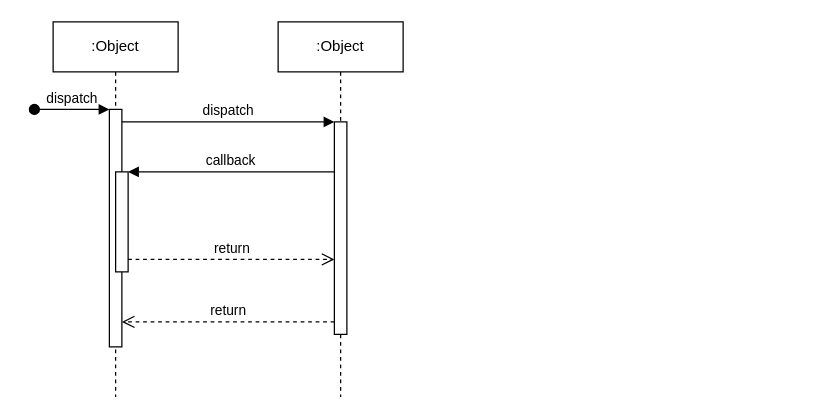
Before: Personal mission/KTB_OpenAI_Chatbot.drawio in Daehyun-Bigbread/Kakao_Tech_GenAI, a draw.io diagram. Source tidied: cells renumbered, new cells numbered last; positions are measured from the earlier drawing's top-left corner, leaving out a move shared by most shapes. Both pictures are drawn from the tidied source at 125%, with x=0, y=0 at pixel (34, 21).
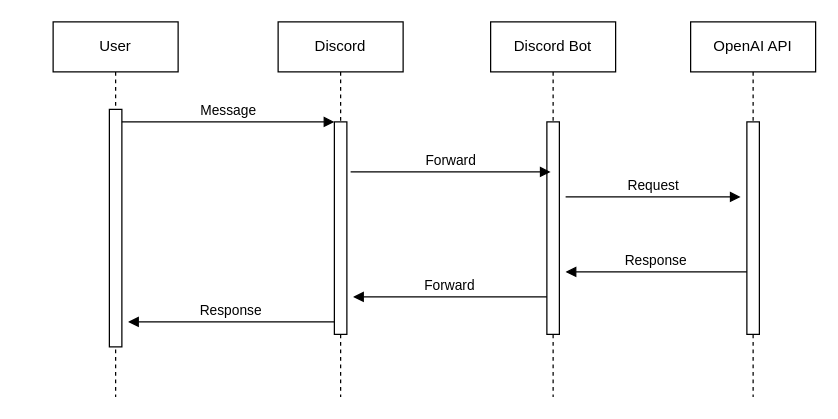
After the change.

Unchanged cells that the change refers to:
```xml
<mxCell id="3" style="html=1;points=[];perimeter=orthogonalPerimeter;outlineConnect=0;targetShapes=umlLifeline;portConstraint=eastwest;newEdgeStyle={&quot;edgeStyle&quot;:&quot;elbowEdgeStyle&quot;,&quot;elbow&quot;:&quot;vertical&quot;,&quot;curved&quot;:0,&quot;rounded&quot;:0};" parent="2" vertex="1">
  <mxGeometry x="45" y="70" width="10" height="190" as="geometry" />
</mxCell>
<mxCell id="7" style="html=1;points=[];perimeter=orthogonalPerimeter;outlineConnect=0;targetShapes=umlLifeline;portConstraint=eastwest;newEdgeStyle={&quot;edgeStyle&quot;:&quot;elbowEdgeStyle&quot;,&quot;elbow&quot;:&quot;vertical&quot;,&quot;curved&quot;:0,&quot;rounded&quot;:0};" parent="6" vertex="1">
  <mxGeometry x="45" y="80" width="10" height="170" as="geometry" />
</mxCell>
```

The edit, as a diff of the source:
```diff
@@
-    <mxCell id="2" value=":Object" style="shape=umlLifeline;perimeter=lifelinePerimeter;whiteSpace=wrap;html=1;newEdgeStyle={&quot;edgeStyle&quot;:&quot;elbowEdgeStyle&quot;,&quot;elbow&quot;:&quot;vertical&quot;,&quot;curved&quot;:0,&quot;rounded&quot;:0};" parent="1" vertex="1">
+    <mxCell id="2" value="User" style="shape=umlLifeline;perimeter=lifelinePerimeter;whiteSpace=wrap;html=1;newEdgeStyle={&quot;edgeStyle&quot;:&quot;elbowEdgeStyle&quot;,&quot;elbow&quot;:&quot;vertical&quot;,&quot;curved&quot;:0,&quot;rounded&quot;:0};" parent="1" vertex="1">
       <mxGeometry x="15" width="100" height="300" as="geometry" />
     </mxCell>
@@
-    <mxCell id="4" value="dispatch" style="html=1;verticalAlign=bottom;startArrow=oval;endArrow=block;startSize=8;edgeStyle=elbowEdgeStyle;elbow=vertical;curved=0;rounded=0;" parent="2" edge="1" target="3">
-      <mxGeometry relative="1" as="geometry">
-        <mxPoint x="-15" y="70" as="sourcePoint" />
-      </mxGeometry>
-    </mxCell>
-    <mxCell id="5" style="html=1;points=[];perimeter=orthogonalPerimeter;outlineConnect=0;targetShapes=umlLifeline;portConstraint=eastwest;newEdgeStyle={&quot;edgeStyle&quot;:&quot;elbowEdgeStyle&quot;,&quot;elbow&quot;:&quot;vertical&quot;,&quot;curved&quot;:0,&quot;rounded&quot;:0};" parent="2" vertex="1">
-      <mxGeometry x="50" y="120" width="10" height="80" as="geometry" />
-    </mxCell>
-    <mxCell id="6" value=":Object" style="shape=umlLifeline;perimeter=lifelinePerimeter;whiteSpace=wrap;html=1;newEdgeStyle={&quot;edgeStyle&quot;:&quot;elbowEdgeStyle&quot;,&quot;elbow&quot;:&quot;vertical&quot;,&quot;curved&quot;:0,&quot;rounded&quot;:0};" parent="1" vertex="1">
+    <mxCell id="6" value="Discord" style="shape=umlLifeline;perimeter=lifelinePerimeter;whiteSpace=wrap;html=1;newEdgeStyle={&quot;edgeStyle&quot;:&quot;elbowEdgeStyle&quot;,&quot;elbow&quot;:&quot;vertical&quot;,&quot;curved&quot;:0,&quot;rounded&quot;:0};" parent="1" vertex="1">
       <mxGeometry x="195" width="100" height="300" as="geometry" />
     </mxCell>
@@
-    <mxCell id="8" value="dispatch" style="html=1;verticalAlign=bottom;endArrow=block;edgeStyle=elbowEdgeStyle;elbow=vertical;curved=0;rounded=0;" parent="1" edge="1" source="3" target="7">
+    <mxCell id="8" value="Message" style="html=1;verticalAlign=bottom;endArrow=block;edgeStyle=elbowEdgeStyle;elbow=vertical;curved=0;rounded=0;" parent="1" edge="1" source="3" target="7">
       <mxGeometry relative="1" as="geometry">
         <Array as="points">
           <mxPoint x="155" y="80" />
         </Array>
       </mxGeometry>
     </mxCell>
-    <mxCell id="9" value="return" style="html=1;verticalAlign=bottom;endArrow=open;dashed=1;endSize=8;edgeStyle=elbowEdgeStyle;elbow=vertical;curved=0;rounded=0;" parent="1" edge="1" source="7" target="3">
-      <mxGeometry relative="1" as="geometry">
-        <Array as="points">
-          <mxPoint x="165" y="240" />
-        </Array>
-      </mxGeometry>
-    </mxCell>
-    <mxCell id="10" value="callback" style="html=1;verticalAlign=bottom;endArrow=block;edgeStyle=elbowEdgeStyle;elbow=vertical;curved=0;rounded=0;" parent="1" edge="1" source="7" target="5">
+    <mxCell id="10" value="Response" style="html=1;verticalAlign=bottom;endArrow=block;edgeStyle=elbowEdgeStyle;elbow=vertical;curved=0;rounded=0;" parent="1" edge="1">
       <mxGeometry relative="1" as="geometry">
+        <mxPoint x="240" y="240" as="sourcePoint" />
+        <mxPoint x="75" y="240" as="targetPoint" />
         <Array as="points">
-          <mxPoint x="165" y="120" />
+          <mxPoint x="165" y="240" />
         </Array>
       </mxGeometry>
     </mxCell>
-    <mxCell id="11" value="return" style="html=1;verticalAlign=bottom;endArrow=open;dashed=1;endSize=8;edgeStyle=elbowEdgeStyle;elbow=vertical;curved=0;rounded=0;" parent="1" edge="1" source="5" target="7">
-      <mxGeometry relative="1" as="geometry">
-        <Array as="points">
-          <mxPoint x="155" y="190" />
-        </Array>
-      </mxGeometry>
-    </mxCell>
+    <mxCell id="12" value="Discord Bot" style="shape=umlLifeline;perimeter=lifelinePerimeter;whiteSpace=wrap;html=1;newEdgeStyle={&quot;edgeStyle&quot;:&quot;elbowEdgeStyle&quot;,&quot;elbow&quot;:&quot;vertical&quot;,&quot;curved&quot;:0,&quot;rounded&quot;:0};" parent="1" vertex="1">
+      <mxGeometry x="365" width="100" height="300" as="geometry" />
+    </mxCell>
+    <mxCell id="13" style="html=1;perimeter=orthogonalPerimeter;targetShapes=umlLifeline;newEdgeStyle={&quot;edgeStyle&quot;:&quot;elbowEdgeStyle&quot;,&quot;elbow&quot;:&quot;vertical&quot;,&quot;curved&quot;:0,&quot;rounded&quot;:0};" parent="12" vertex="1">
+      <mxGeometry x="45" y="80" width="10" height="170" as="geometry" />
+    </mxCell>
+    <mxCell id="14" value="OpenAI API" style="shape=umlLifeline;perimeter=lifelinePerimeter;whiteSpace=wrap;html=1;newEdgeStyle={&quot;edgeStyle&quot;:&quot;elbowEdgeStyle&quot;,&quot;elbow&quot;:&quot;vertical&quot;,&quot;curved&quot;:0,&quot;rounded&quot;:0};" parent="1" vertex="1">
+      <mxGeometry x="525" width="100" height="300" as="geometry" />
+    </mxCell>
+    <mxCell id="15" style="html=1;perimeter=orthogonalPerimeter;targetShapes=umlLifeline;newEdgeStyle={&quot;edgeStyle&quot;:&quot;elbowEdgeStyle&quot;,&quot;elbow&quot;:&quot;vertical&quot;,&quot;curved&quot;:0,&quot;rounded&quot;:0};" parent="14" vertex="1">
+      <mxGeometry x="45" y="80" width="10" height="170" as="geometry" />
+    </mxCell>
+    <mxCell id="16" value="Forward" style="html=1;verticalAlign=bottom;endArrow=block;edgeStyle=elbowEdgeStyle;elbow=vertical;curved=0;rounded=0;" parent="1" edge="1">
+      <mxGeometry relative="1" as="geometry">
+        <mxPoint x="253" y="120" as="sourcePoint" />
+        <mxPoint x="413" y="120" as="targetPoint" />
+        <Array as="points">
+          <mxPoint x="338" y="120" />
+        </Array>
+      </mxGeometry>
+    </mxCell>
+    <mxCell id="17" value="Request" style="html=1;verticalAlign=bottom;endArrow=block;edgeStyle=elbowEdgeStyle;elbow=vertical;curved=0;rounded=0;" parent="1" edge="1">
+      <mxGeometry relative="1" as="geometry">
+        <mxPoint x="425" y="140" as="sourcePoint" />
+        <mxPoint x="565" y="140" as="targetPoint" />
+        <Array as="points">
+          <mxPoint x="510" y="140" />
+        </Array>
+      </mxGeometry>
+    </mxCell>
+    <mxCell id="18" value="Response" style="html=1;verticalAlign=bottom;endArrow=block;edgeStyle=elbowEdgeStyle;elbow=horizontal;curved=0;rounded=0;" parent="1" edge="1">
+      <mxGeometry relative="1" as="geometry">
+        <mxPoint x="570" y="200" as="sourcePoint" />
+        <mxPoint x="425" y="200" as="targetPoint" />
+        <Array as="points">
+          <mxPoint x="495" y="200" />
+        </Array>
+      </mxGeometry>
+    </mxCell>
+    <mxCell id="19" value="Forward" style="html=1;verticalAlign=bottom;endArrow=block;edgeStyle=elbowEdgeStyle;elbow=horizontal;curved=0;rounded=0;" parent="1" edge="1">
+      <mxGeometry relative="1" as="geometry">
+        <mxPoint x="410" y="220" as="sourcePoint" />
+        <mxPoint x="255" y="220" as="targetPoint" />
+        <Array as="points">
+          <mxPoint x="335" y="220" />
+        </Array>
+      </mxGeometry>
+    </mxCell>
```
